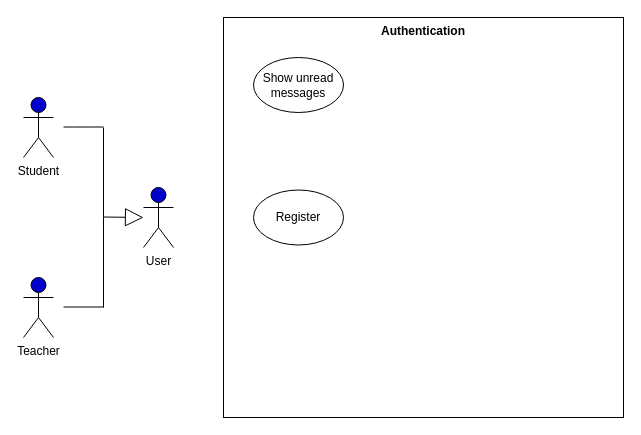
This is page "Dashboard" (5 of 5) of Untitled Diagram.drawio from AbdellaouiSofiane/book_scraper, a draw.io file, before an edit. Source tidied: cells renumbered, new cells numbered last; positions are measured from the earlier drawing's top-left corner, leaving out a move shared by most shapes. Both pictures are drawn from the tidied source at 100%, with x=0, y=0 at pixel (23, 17).
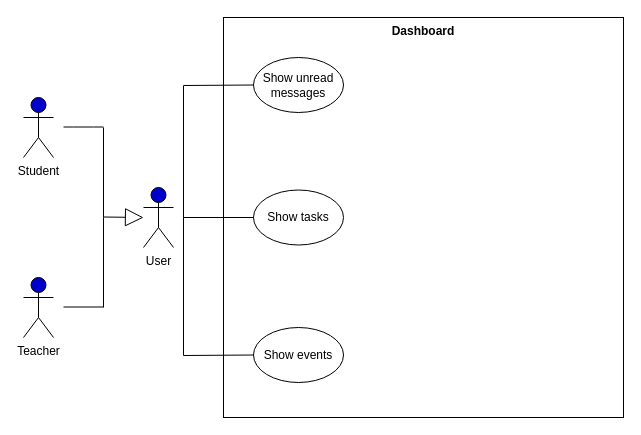
The same diagram, later.

Diff of the diagram source:
```diff
@@
-    <mxCell id="2" value="&lt;b&gt;Authentication&lt;/b&gt;" style="whiteSpace=wrap;html=1;verticalAlign=top;" parent="1" vertex="1">
+    <mxCell id="2" value="&lt;b&gt;Dashboard&lt;/b&gt;" style="whiteSpace=wrap;html=1;verticalAlign=top;" parent="1" vertex="1">
       <mxGeometry x="200" width="400" height="400" as="geometry" />
     </mxCell>
@@
-    <mxCell id="12" value="Register" style="ellipse;whiteSpace=wrap;html=1;" parent="1" vertex="1">
+    <mxCell id="12" value="Show tasks" style="ellipse;whiteSpace=wrap;html=1;" parent="1" vertex="1">
       <mxGeometry x="230" y="172.5" width="90" height="55" as="geometry" />
     </mxCell>
+    <mxCell id="13" value="Show events" style="ellipse;whiteSpace=wrap;html=1;" parent="1" vertex="1">
+      <mxGeometry x="230" y="310" width="90" height="55" as="geometry" />
+    </mxCell>
+    <mxCell id="14" style="edgeStyle=none;rounded=0;orthogonalLoop=1;jettySize=auto;html=1;entryX=0;entryY=0.5;entryDx=0;entryDy=0;endArrow=none;endFill=0;" parent="1" edge="1">
+      <mxGeometry relative="1" as="geometry">
+        <mxPoint x="160" y="200" as="sourcePoint" />
+        <mxPoint x="230" y="200" as="targetPoint" />
+      </mxGeometry>
+    </mxCell>
+    <mxCell id="15" style="edgeStyle=none;rounded=0;orthogonalLoop=1;jettySize=auto;html=1;entryX=0;entryY=0.5;entryDx=0;entryDy=0;endArrow=none;endFill=0;" parent="1" edge="1">
+      <mxGeometry relative="1" as="geometry">
+        <mxPoint x="160" y="200" as="sourcePoint" />
+        <mxPoint x="230" y="67.5" as="targetPoint" />
+        <Array as="points">
+          <mxPoint x="160" y="68" />
+        </Array>
+      </mxGeometry>
+    </mxCell>
+    <mxCell id="16" style="edgeStyle=none;rounded=0;orthogonalLoop=1;jettySize=auto;html=1;entryX=0;entryY=0.5;entryDx=0;entryDy=0;endArrow=none;endFill=0;" parent="1" edge="1">
+      <mxGeometry relative="1" as="geometry">
+        <mxPoint x="160" y="200" as="sourcePoint" />
+        <mxPoint x="230" y="337.5" as="targetPoint" />
+        <Array as="points">
+          <mxPoint x="160" y="338" />
+        </Array>
+      </mxGeometry>
+    </mxCell>
```
